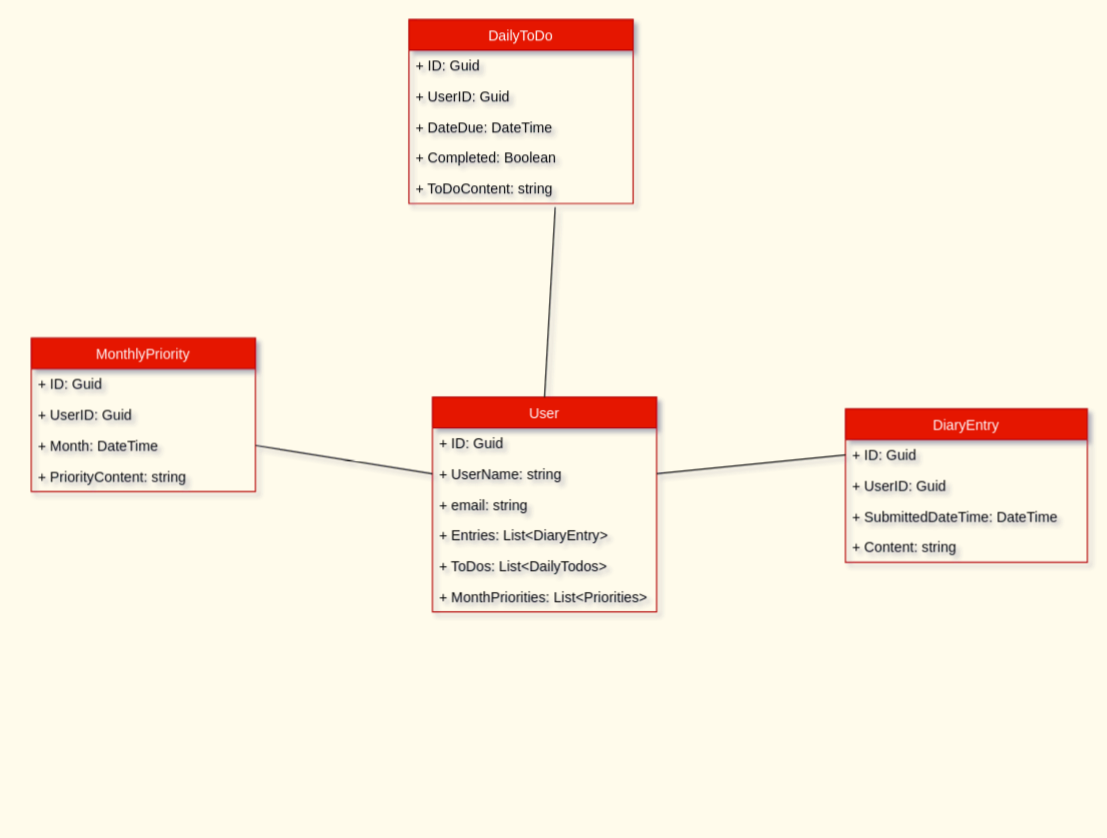
The draw.io diagram Diary-App-Schema.drawio in mvishnurana1/Diary, before the edit. Source tidied: cells renumbered, new cells numbered last; positions are measured from the earlier drawing's top-left corner, leaving out a move shared by most shapes. Both pictures are drawn from the tidied source at 118%, with x=0, y=0 at pixel (31, 19).
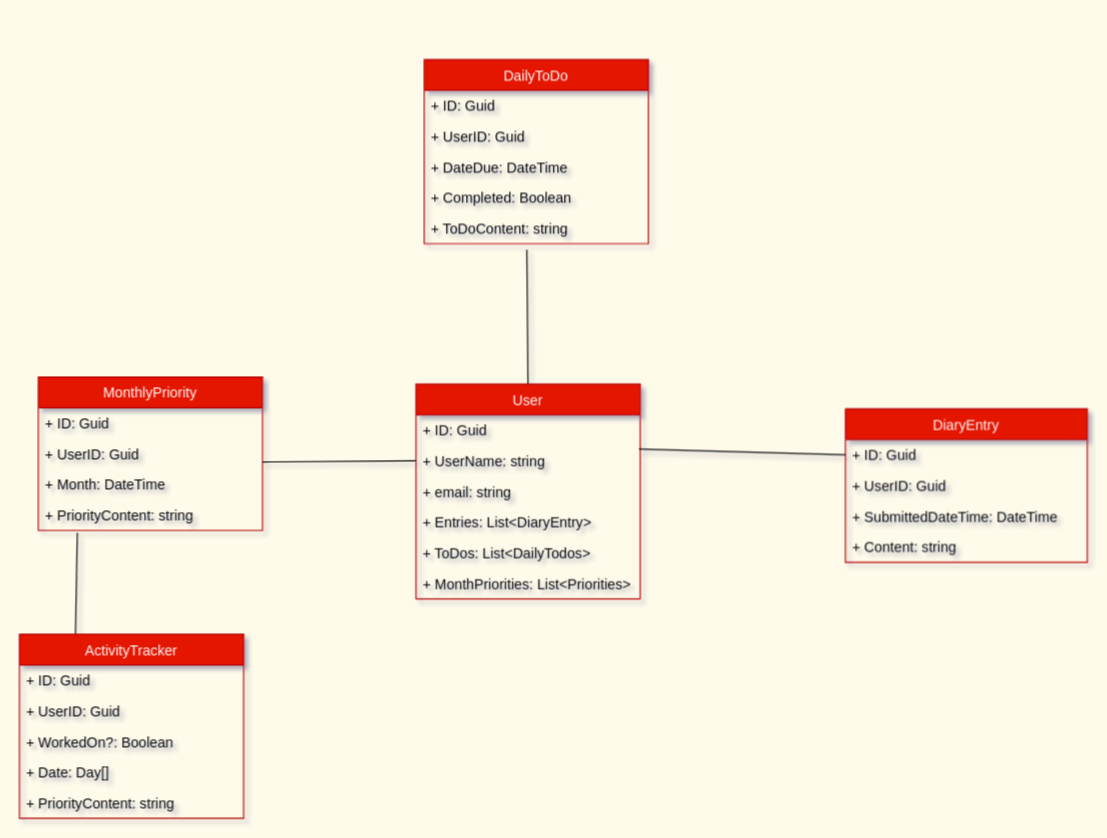
The same diagram, later.

Unchanged cells that the change refers to:
```xml
<mxCell id="4" value="+ UserName: string" style="text;strokeColor=none;fillColor=none;align=left;verticalAlign=top;spacingLeft=4;spacingRight=4;overflow=hidden;points=[[0,0.5],[1,0.5]];portConstraint=eastwest;" parent="2" vertex="1">
  <mxGeometry y="52" width="190" height="26" as="geometry" />
</mxCell>
<mxCell id="10" value="+ ID: Guid" style="text;align=left;verticalAlign=top;spacingLeft=4;spacingRight=4;overflow=hidden;points=[[0,0.5],[1,0.5]];portConstraint=eastwest;" parent="9" vertex="1">
  <mxGeometry y="26" width="205" height="26" as="geometry" />
</mxCell>
<mxCell id="20" value="+ ToDoContent: string" style="text;strokeColor=none;fillColor=none;align=left;verticalAlign=top;spacingLeft=4;spacingRight=4;overflow=hidden;points=[[0,0.5],[1,0.5]];portConstraint=eastwest;" parent="15" vertex="1">
  <mxGeometry y="130" width="190" height="26" as="geometry" />
</mxCell>
<mxCell id="24" value="+ UserID: Guid" style="text;strokeColor=none;fillColor=none;align=left;verticalAlign=top;spacingLeft=4;spacingRight=4;overflow=hidden;points=[[0,0.5],[1,0.5]];portConstraint=eastwest;" parent="22" vertex="1">
  <mxGeometry y="52" width="190" height="26" as="geometry" />
</mxCell>
<mxCell id="25" value="+ Month: DateTime" style="text;strokeColor=none;fillColor=none;align=left;verticalAlign=top;spacingLeft=4;spacingRight=4;overflow=hidden;points=[[0,0.5],[1,0.5]];portConstraint=eastwest;" parent="22" vertex="1">
  <mxGeometry y="78" width="190" height="26" as="geometry" />
</mxCell>
<mxCell id="26" value="+ PriorityContent: string" style="text;strokeColor=none;fillColor=none;align=left;verticalAlign=top;spacingLeft=4;spacingRight=4;overflow=hidden;points=[[0,0.5],[1,0.5]];portConstraint=eastwest;" parent="22" vertex="1">
  <mxGeometry y="104" width="190" height="26" as="geometry" />
</mxCell>
```

Change to the diagram source:
```diff
@@
     <mxCell id="2" value="User" style="swimlane;fontStyle=0;horizontal=1;startSize=26;fillColor=#e51400;strokeColor=#B20000;fontColor=#ffffff;" parent="1" vertex="1">
-      <mxGeometry x="340" y="320" width="190" height="182" as="geometry" />
+      <mxGeometry x="326" y="309" width="190" height="182" as="geometry" />
     </mxCell>
@@
-    <mxCell id="14" style="endArrow=none;html=1;rounded=0;entryX=0;entryY=0.5;entryDx=0;entryDy=0;exitX=1;exitY=0.5;exitDx=0;exitDy=0;" parent="1" edge="1" source="4" target="10">
+    <mxCell id="14" style="endArrow=none;html=1;rounded=0;entryX=0;entryY=0.5;entryDx=0;entryDy=0;exitX=0.995;exitY=0.115;exitDx=0;exitDy=0;exitPerimeter=0;" parent="1" edge="1" source="4" target="10">
       <mxGeometry relative="1" as="geometry" />
     </mxCell>
     <mxCell id="15" value="DailyToDo" style="swimlane;fontStyle=0;horizontal=1;startSize=26;fillColor=#e51400;strokeColor=#B20000;fontColor=#ffffff;" parent="1" vertex="1">
-      <mxGeometry x="320" width="190" height="156" as="geometry" />
+      <mxGeometry x="333" y="34" width="190" height="156" as="geometry" />
     </mxCell>
@@
-    <mxCell id="21" style="endArrow=none;html=1;rounded=0;entryX=0.653;entryY=1.115;entryDx=0;entryDy=0;exitX=0.5;exitY=0;exitDx=0;exitDy=0;entryPerimeter=0;" parent="1" edge="1" source="2" target="20">
+    <mxCell id="21" style="endArrow=none;html=1;rounded=0;entryX=0.458;entryY=1.192;entryDx=0;entryDy=0;exitX=0.5;exitY=0;exitDx=0;exitDy=0;entryPerimeter=0;" parent="1" edge="1" source="2" target="20">
       <mxGeometry relative="1" as="geometry" />
     </mxCell>
     <mxCell id="22" value="MonthlyPriority" style="swimlane;fontStyle=0;horizontal=1;startSize=26;fillColor=#e51400;strokeColor=#B20000;fontColor=#ffffff;" parent="1" vertex="1">
-      <mxGeometry y="270" width="190" height="130" as="geometry" />
+      <mxGeometry x="6" y="303" width="190" height="130" as="geometry" />
     </mxCell>
@@
-    <mxCell id="27" style="endArrow=none;html=1;rounded=0;entryX=1;entryY=0.5;entryDx=0;entryDy=0;exitX=0;exitY=0.5;exitDx=0;exitDy=0;" parent="1" edge="1" source="4" target="25">
+    <mxCell id="27" style="endArrow=none;html=1;rounded=0;entryX=1;entryY=0.769;entryDx=0;entryDy=0;exitX=0;exitY=0.5;exitDx=0;exitDy=0;entryPerimeter=0;" parent="1" edge="1" source="4" target="24">
       <mxGeometry relative="1" as="geometry" />
     </mxCell>
+    <mxCell id="28" style="endArrow=none;html=1;rounded=0;exitX=0.174;exitY=1.077;exitDx=0;exitDy=0;exitPerimeter=0;entryX=0.25;entryY=0;entryDx=0;entryDy=0;" parent="1" edge="1" source="26" target="29">
+      <mxGeometry relative="1" as="geometry" />
+    </mxCell>
+    <mxCell id="29" value="ActivityTracker" style="swimlane;fontStyle=0;horizontal=1;startSize=26;fillColor=#e51400;strokeColor=#B20000;fontColor=#ffffff;" parent="1" vertex="1">
+      <mxGeometry x="-10" y="521" width="190" height="156" as="geometry" />
+    </mxCell>
+    <mxCell id="30" value="+ ID: Guid" style="text;strokeColor=none;fillColor=none;align=left;verticalAlign=top;spacingLeft=4;spacingRight=4;overflow=hidden;" parent="29" vertex="1">
+      <mxGeometry y="26" width="190" height="26" as="geometry" />
+    </mxCell>
+    <mxCell id="31" value="+ UserID: Guid" style="text;strokeColor=none;fillColor=none;align=left;verticalAlign=top;spacingLeft=4;spacingRight=4;overflow=hidden;" parent="29" vertex="1">
+      <mxGeometry y="52" width="190" height="26" as="geometry" />
+    </mxCell>
+    <mxCell id="32" value="+ WorkedOn?: Boolean" style="text;strokeColor=none;fillColor=none;align=left;verticalAlign=top;spacingLeft=4;spacingRight=4;overflow=hidden;" parent="29" vertex="1">
+      <mxGeometry y="78" width="190" height="26" as="geometry" />
+    </mxCell>
+    <mxCell id="33" value="+ Date: Day[]" style="text;strokeColor=none;fillColor=none;align=left;verticalAlign=top;spacingLeft=4;spacingRight=4;overflow=hidden;" parent="29" vertex="1">
+      <mxGeometry y="104" width="190" height="26" as="geometry" />
+    </mxCell>
+    <mxCell id="34" value="+ PriorityContent: string" style="text;strokeColor=none;fillColor=none;align=left;verticalAlign=top;spacingLeft=4;spacingRight=4;overflow=hidden;" parent="29" vertex="1">
+      <mxGeometry y="130" width="190" height="26" as="geometry" />
+    </mxCell>
```
